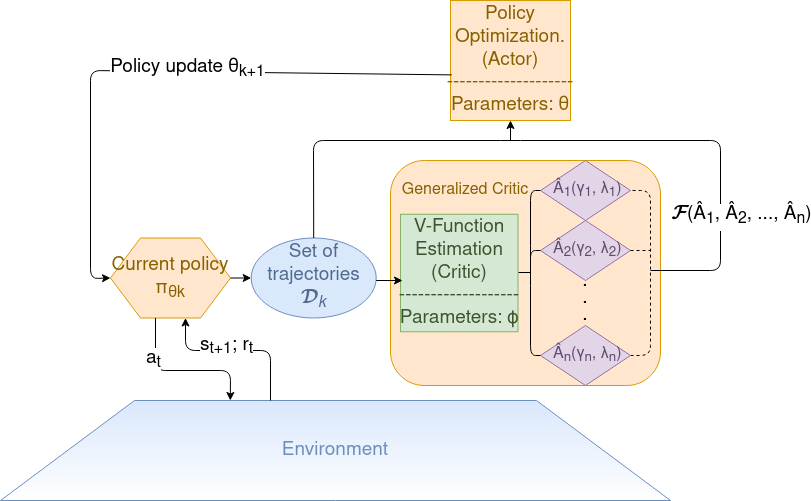
Earlier version of the draw.io export images/model.png (syrma/papers). Source tidied: cells renumbered, new cells last; positions are measured from the earlier drawing's top-left corner, leaving out a move shared by most shapes.
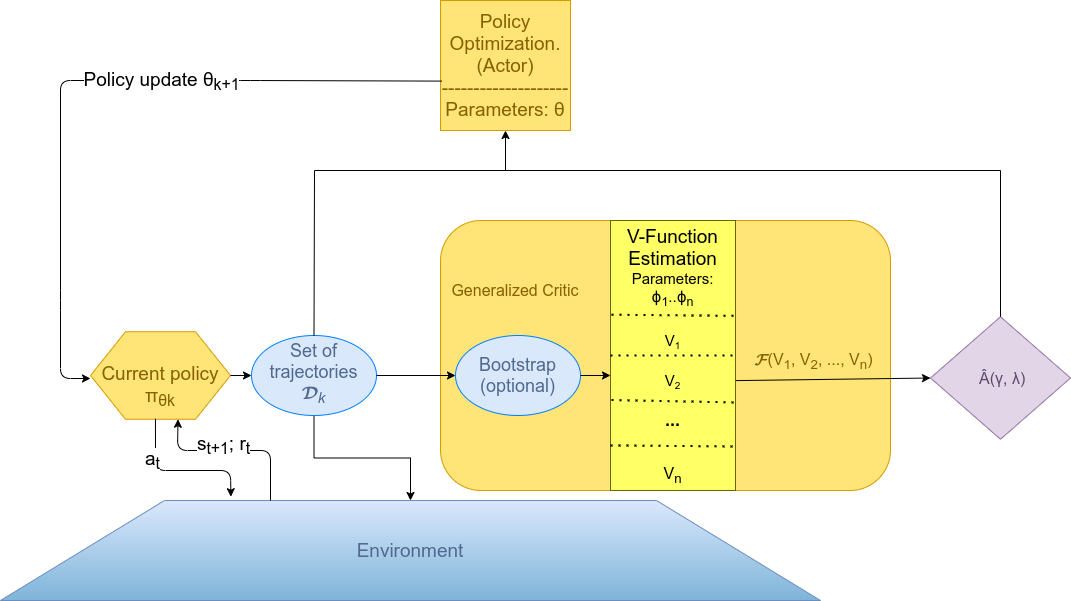
Above is the later version.

The edit, as a diff of the source:
```diff
@@ -2,28 +2,28 @@
   <root>
     <mxCell id="0" />
     <mxCell id="1" parent="0" />
-    <mxCell id="2" style="rounded=1;whiteSpace=wrap;html=1;fillColor=#ffe6cc;strokeColor=#d79b00;" parent="1" vertex="1">
-      <mxGeometry x="390" y="160" width="270" height="225" as="geometry" />
+    <mxCell id="2" style="rounded=1;whiteSpace=wrap;html=1;fillColor=#FFE478;strokeColor=#d79b00;" parent="1" vertex="1">
+      <mxGeometry x="440" y="120" width="450" height="270" as="geometry" />
     </mxCell>
-    <mxCell id="3" value="&lt;font style=&quot;font-size: 19px&quot;&gt;Environment&lt;/font&gt;" style="shape=trapezoid;perimeter=trapezoidPerimeter;whiteSpace=wrap;html=1;fillColor=#dae8fc;strokeColor=#6c8ebf;gradientColor=#FFFFFF;fontColor=#6C8EBF;" parent="1" vertex="1">
-      <mxGeometry y="400" width="670" height="100" as="geometry" />
+    <mxCell id="3" value="&lt;font style=&quot;font-size: 19px&quot; color=&quot;#516a8f&quot;&gt;Environment&lt;/font&gt;" style="shape=trapezoid;perimeter=trapezoidPerimeter;whiteSpace=wrap;html=1;fillColor=#dae8fc;strokeColor=#6c8ebf;gradientColor=#7EB4D9;fontColor=#6C8EBF;" parent="1" vertex="1">
+      <mxGeometry y="400" width="820" height="100" as="geometry" />
     </mxCell>
-    <mxCell id="4" value="&lt;font style=&quot;font-size: 19px&quot;&gt;Current policy π&lt;sub&gt;θk&lt;/sub&gt;&lt;/font&gt;" style="shape=hexagon;perimeter=hexagonPerimeter2;whiteSpace=wrap;html=1;fillColor=#ffe6cc;strokeColor=#d79b00;fontColor=#876100;" parent="1" vertex="1">
-      <mxGeometry x="110" y="237.5" width="120" height="80" as="geometry" />
+    <mxCell id="4" value="&lt;div&gt;&lt;font style=&quot;font-size: 19px&quot;&gt;&lt;br&gt;&lt;/font&gt;&lt;/div&gt;&lt;div&gt;&lt;font style=&quot;font-size: 19px&quot;&gt;Current policy π&lt;sub&gt;θk&lt;/sub&gt;&lt;/font&gt;&lt;/div&gt;" style="shape=hexagon;perimeter=hexagonPerimeter2;whiteSpace=wrap;html=1;fillColor=#FFE478;strokeColor=#d79b00;fontColor=#876100;" parent="1" vertex="1">
+      <mxGeometry x="90" y="231.2" width="140" height="87.5" as="geometry" />
     </mxCell>
     <mxCell id="5" style="endArrow=classic;html=1;entryX=0.625;entryY=1;entryDx=0;entryDy=0;" parent="1" edge="1" target="4">
       <mxGeometry relative="1" as="geometry">
         <mxPoint x="270" y="400" as="sourcePoint" />
         <Array as="points">
           <mxPoint x="270" y="350" />
-          <mxPoint x="185" y="350" />
+          <mxPoint x="177" y="350" />
         </Array>
       </mxGeometry>
     </mxCell>
     <mxCell id="6" value="&lt;font style=&quot;font-size: 19px&quot;&gt;s&lt;sub&gt;t+1&lt;/sub&gt;; r&lt;sub&gt;t&lt;br style=&quot;font-size: 19px&quot;&gt;&lt;/sub&gt;&lt;/font&gt;" style="text;html=1;align=center;verticalAlign=middle;labelBackgroundColor=#ffffff;" parent="5" vertex="1">
       <mxGeometry x="0.13" y="-4" relative="1" as="geometry" />
     </mxCell>
-    <mxCell id="7" style="endArrow=classic;html=1;exitX=0.375;exitY=1;exitDx=0;exitDy=0;entryX=0.343;entryY=0;entryDx=0;entryDy=0;entryPerimeter=0;" parent="1" edge="1" source="4" target="3">
+    <mxCell id="7" style="endArrow=classic;html=1;exitX=0.464;exitY=0.995;exitDx=0;exitDy=0;entryX=0.281;entryY=-0.038;entryDx=0;entryDy=0;entryPerimeter=0;exitPerimeter=0;" parent="1" edge="1" source="4" target="3">
       <mxGeometry relative="1" as="geometry">
         <Array as="points">
           <mxPoint x="155" y="370" />
@@ -34,113 +34,92 @@
     <mxCell id="8" value="&lt;font style=&quot;font-size: 19px&quot;&gt;a&lt;sub&gt;t&lt;/sub&gt;&lt;/font&gt;" style="text;html=1;align=center;verticalAlign=middle;labelBackgroundColor=#ffffff;" parent="7" vertex="1">
       <mxGeometry x="-0.46" y="-3" relative="1" as="geometry" />
     </mxCell>
+    <mxCell id="29" style="edgeStyle=orthogonalEdgeStyle;rounded=0;jettySize=auto;html=1;fontFamily=Helvetica;fontSize=16;fontColor=#007FFF;" parent="1" edge="1" source="9" target="3">
+      <mxGeometry relative="1" as="geometry" />
+    </mxCell>
-    <mxCell id="9" value="&lt;div style=&quot;font-size: 19px&quot;&gt;&lt;font style=&quot;font-size: 19px&quot;&gt;Set of trajectories&lt;/font&gt;&lt;/div&gt;&lt;div style=&quot;font-size: 19px&quot;&gt;&lt;font style=&quot;font-size: 19px&quot;&gt; &lt;font style=&quot;font-size: 19px&quot; face=&quot;Mathcal&quot;&gt;D&lt;font style=&quot;font-size: 19px&quot; face=&quot;Helvetica&quot;&gt;&lt;i&gt;&lt;sub&gt;k&lt;/sub&gt;&lt;/i&gt;&lt;/font&gt;&lt;/font&gt;&lt;/font&gt;&lt;/div&gt;" style="ellipse;whiteSpace=wrap;html=1;fillColor=#dae8fc;strokeColor=#6C8EBF;fontColor=#516A8F;" parent="1" vertex="1">
-      <mxGeometry x="250.7" y="237.5" width="125" height="80" as="geometry" />
+    <mxCell id="9" value="&lt;div style=&quot;font-size: 18px&quot;&gt;&lt;font style=&quot;font-size: 18px&quot;&gt;Set of trajectories&lt;/font&gt;&lt;/div&gt;&lt;div style=&quot;font-size: 18px&quot;&gt;&lt;font style=&quot;font-size: 18px&quot;&gt; &lt;font style=&quot;font-size: 18px&quot; face=&quot;Mathcal&quot;&gt;D&lt;font style=&quot;font-size: 18px&quot; face=&quot;Helvetica&quot;&gt;&lt;i&gt;&lt;sub&gt;k&lt;/sub&gt;&lt;/i&gt;&lt;/font&gt;&lt;/font&gt;&lt;/font&gt;&lt;/div&gt;" style="ellipse;whiteSpace=wrap;html=1;fillColor=#DAE8FC;strokeColor=#007FFF;fontColor=#516A8F;" parent="1" vertex="1">
+      <mxGeometry x="251" y="235" width="125" height="80" as="geometry" />
     </mxCell>
-    <mxCell id="10" value="&lt;div style=&quot;font-size: 16px&quot;&gt;&lt;font style=&quot;font-size: 16px&quot;&gt;&amp;nbsp;Â&lt;sub&gt;1&lt;/sub&gt;(γ&lt;sub&gt;1&lt;/sub&gt;, λ&lt;sub&gt;1&lt;/sub&gt;)&lt;/font&gt;&lt;/div&gt;" style="rhombus;whiteSpace=wrap;html=1;fillColor=#e1d5e7;strokeColor=#9673a6;fontColor=#614A6B;" parent="1" vertex="1">
-      <mxGeometry x="540" y="160" width="90" height="60" as="geometry" />
+    <mxCell id="10" value="&lt;div style=&quot;font-size: 16px&quot;&gt;&lt;font style=&quot;font-size: 16px&quot;&gt;&amp;nbsp;Â(γ, λ)&lt;/font&gt;&lt;/div&gt;" style="rhombus;whiteSpace=wrap;html=1;fillColor=#e1d5e7;strokeColor=#9673a6;fontColor=#614A6B;" parent="1" vertex="1">
+      <mxGeometry x="930" y="216.2" width="140" height="122.5" as="geometry" />
     </mxCell>
-    <mxCell id="11" value="&lt;div style=&quot;font-size: 16px&quot;&gt;&amp;nbsp;Â&lt;sub&gt;2&lt;/sub&gt;(γ&lt;sub&gt;2&lt;/sub&gt;, λ&lt;sub&gt;2&lt;/sub&gt;)&lt;/div&gt;" style="rhombus;whiteSpace=wrap;html=1;fillColor=#e1d5e7;strokeColor=#9673a6;fontColor=#614A6B;" parent="1" vertex="1">
-      <mxGeometry x="540" y="220" width="90" height="60" as="geometry" />
-    </mxCell>
-    <mxCell id="12" value="&lt;div style=&quot;font-size: 19px&quot;&gt;&lt;font style=&quot;font-size: 19px&quot;&gt;Policy Optimization.&lt;/font&gt;&lt;/div&gt;&lt;div style=&quot;font-size: 19px&quot;&gt;&lt;font style=&quot;font-size: 19px&quot;&gt;(Actor)&lt;/font&gt;&lt;/div&gt;&lt;div style=&quot;font-size: 19px&quot;&gt;&lt;font style=&quot;font-size: 19px&quot;&gt;--------------------&lt;br&gt;&lt;/font&gt;&lt;/div&gt;&lt;div style=&quot;font-size: 19px&quot;&gt;&lt;font style=&quot;font-size: 19px&quot;&gt;Parameters: θ&lt;/font&gt;&lt;/div&gt;" style="whiteSpace=wrap;html=1;fillColor=#ffe6cc;strokeColor=#D79B00;fontColor=#876100;" parent="1" vertex="1">
-      <mxGeometry x="450" width="120" height="120" as="geometry" />
+    <mxCell id="12" value="&lt;div style=&quot;font-size: 19px&quot;&gt;&lt;font style=&quot;font-size: 19px&quot;&gt;Policy Optimization.&lt;/font&gt;&lt;/div&gt;&lt;div style=&quot;font-size: 19px&quot;&gt;&lt;font style=&quot;font-size: 19px&quot;&gt;(Actor)&lt;/font&gt;&lt;/div&gt;&lt;div style=&quot;font-size: 19px&quot;&gt;&lt;font style=&quot;font-size: 19px&quot;&gt;--------------------&lt;br&gt;&lt;/font&gt;&lt;/div&gt;&lt;div style=&quot;font-size: 19px&quot;&gt;&lt;font style=&quot;font-size: 19px&quot;&gt;Parameters: θ&lt;/font&gt;&lt;/div&gt;" style="whiteSpace=wrap;html=1;fillColor=#FFE478;strokeColor=#D79B00;fontColor=#876100;" parent="1" vertex="1">
+      <mxGeometry x="440" y="-100" width="130" height="130" as="geometry" />
     </mxCell>
     <mxCell id="13" style="endArrow=classic;html=1;entryX=0;entryY=0.5;entryDx=0;entryDy=0;exitX=1;exitY=0.5;exitDx=0;exitDy=0;" parent="1" edge="1" source="4" target="9">
       <mxGeometry relative="1" as="geometry" />
     </mxCell>
-    <mxCell id="14" style="endArrow=none;dashed=1;html=1;entryX=1;entryY=0.5;entryDx=0;entryDy=0;exitX=1;exitY=0.5;exitDx=0;exitDy=0;" parent="1" edge="1" source="16" target="10">
-      <mxGeometry relative="1" as="geometry">
-        <Array as="points">
-          <mxPoint x="650" y="355" />
-          <mxPoint x="650" y="250" />
-          <mxPoint x="650" y="190" />
-          <mxPoint x="630" y="190" />
-        </Array>
-      </mxGeometry>
-    </mxCell>
-    <mxCell id="15" value="&lt;div style=&quot;font-size: 19px&quot;&gt;&lt;font style=&quot;font-size: 19px&quot;&gt;V-Function Estimation&lt;br&gt;&lt;/font&gt;&lt;/div&gt;&lt;div style=&quot;font-size: 19px&quot;&gt;&lt;font style=&quot;font-size: 19px&quot;&gt;(Critic)&lt;/font&gt;&lt;/div&gt;&lt;div style=&quot;font-size: 19px&quot;&gt;&lt;font style=&quot;font-size: 19px&quot;&gt;-------------------&lt;br&gt;&lt;/font&gt;&lt;/div&gt;&lt;div style=&quot;font-size: 19px&quot;&gt;&lt;font style=&quot;font-size: 19px&quot;&gt;Parameters: ϕ&lt;/font&gt;&lt;/div&gt;" style="whiteSpace=wrap;html=1;fillColor=#d5e8d4;strokeColor=#82B366;fontColor=#3D5430;" parent="1" vertex="1">
-      <mxGeometry x="400" y="213.8" width="117.5" height="117.5" as="geometry" />
-    </mxCell>
-    <mxCell id="16" value="&lt;div style=&quot;font-size: 16px&quot;&gt;&amp;nbsp;Â&lt;sub&gt;n&lt;/sub&gt;(γ&lt;sub&gt;n&lt;/sub&gt;, λ&lt;sub&gt;n&lt;/sub&gt;)&lt;/div&gt;" style="rhombus;whiteSpace=wrap;html=1;fillColor=#e1d5e7;strokeColor=#9673a6;fontColor=#614A6B;" parent="1" vertex="1">
-      <mxGeometry x="540" y="325" width="90" height="60" as="geometry" />
-    </mxCell>
-    <mxCell id="17" style="endArrow=none;dashed=1;html=1;exitX=1;exitY=0.5;exitDx=0;exitDy=0;" parent="1" edge="1" source="11">
-      <mxGeometry relative="1" as="geometry">
-        <mxPoint x="650" y="250" as="targetPoint" />
-        <Array as="points">
-          <mxPoint x="630" y="250" />
-        </Array>
-      </mxGeometry>
-    </mxCell>
     <mxCell id="18" value="&lt;div style=&quot;font-size: 14px;&quot;&gt;.&lt;/div&gt;&lt;div style=&quot;font-size: 14px;&quot;&gt;.&lt;/div&gt;&lt;div style=&quot;font-size: 14px;&quot;&gt;.&lt;br style=&quot;font-size: 14px;&quot;&gt;&lt;/div&gt;" style="text;html=1;strokeColor=none;fillColor=none;align=center;verticalAlign=middle;whiteSpace=wrap;rounded=0;spacingTop=-18;fontSize=14;fontStyle=1;" parent="1" vertex="1">
-      <mxGeometry x="565" y="305" width="40" height="5" as="geometry" />
+      <mxGeometry x="565" y="305" width="145" height="5" as="geometry" />
     </mxCell>
-    <mxCell id="19" style="endArrow=none;html=1;fontSize=14;entryX=0;entryY=0.5;entryDx=0;entryDy=0;" parent="1" edge="1" target="10">
-      <mxGeometry relative="1" as="geometry">
-        <mxPoint x="530" y="273" as="sourcePoint" />
-        <Array as="points">
-          <mxPoint x="530" y="255" />
-          <mxPoint x="530" y="190" />
-        </Array>
-      </mxGeometry>
-    </mxCell>
-    <mxCell id="20" style="endArrow=none;html=1;fontSize=14;exitX=0;exitY=0.5;exitDx=0;exitDy=0;entryX=0;entryY=0.5;entryDx=0;entryDy=0;" parent="1" edge="1" source="16" target="11">
-      <mxGeometry relative="1" as="geometry">
-        <Array as="points">
-          <mxPoint x="530" y="355" />
-          <mxPoint x="530" y="275" />
-          <mxPoint x="530" y="250" />
-        </Array>
-      </mxGeometry>
-    </mxCell>
-    <mxCell id="21" style="endArrow=none;html=1;fontSize=14;" parent="1" edge="1">
-      <mxGeometry relative="1" as="geometry">
-        <mxPoint x="518" y="272" as="sourcePoint" />
-        <mxPoint x="530" y="272" as="targetPoint" />
-      </mxGeometry>
-    </mxCell>
-    <mxCell id="22" style="endArrow=none;html=1;fontSize=14;exitX=0.5;exitY=0;exitDx=0;exitDy=0;" parent="1" edge="1" source="9">
-      <mxGeometry relative="1" as="geometry">
-        <mxPoint x="650" y="270" as="targetPoint" />
-        <Array as="points">
-          <mxPoint x="313" y="140" />
-          <mxPoint x="510" y="140" />
-          <mxPoint x="720" y="140" />
-          <mxPoint x="720" y="270" />
-        </Array>
-      </mxGeometry>
-    </mxCell>
-    <mxCell id="23" value="&lt;font style=&quot;font-size: 19px&quot;&gt;&lt;font style=&quot;font-size: 19px&quot; face=&quot;Mathcal&quot;&gt;F&lt;/font&gt;(Â&lt;sub&gt;1&lt;/sub&gt;, Â&lt;sub&gt;2&lt;/sub&gt;, ..., Â&lt;sub&gt;n&lt;/sub&gt;)&lt;/font&gt;" style="text;html=1;align=center;verticalAlign=middle;labelBackgroundColor=#ffffff;fontSize=14;" parent="22" vertex="1">
-      <mxGeometry x="0.65" y="5" relative="1" as="geometry">
-        <mxPoint x="15" as="offset" />
-      </mxGeometry>
-    </mxCell>
-    <mxCell id="24" style="endArrow=classic;html=1;fontSize=14;" parent="1" edge="1" target="12">
-      <mxGeometry relative="1" as="geometry">
-        <mxPoint x="510" y="140" as="sourcePoint" />
-      </mxGeometry>
-    </mxCell>
-    <mxCell id="25" style="endArrow=classic;html=1;fontSize=14;entryX=0;entryY=0.5;entryDx=0;entryDy=0;exitX=0.01;exitY=0.62;exitDx=0;exitDy=0;exitPerimeter=0;" parent="1" edge="1" source="12" target="4">
+    <mxCell id="25" style="endArrow=classic;html=1;fontSize=14;exitX=0.01;exitY=0.62;exitDx=0;exitDy=0;exitPerimeter=0;" parent="1" edge="1" source="12">
       <mxGeometry relative="1" as="geometry">
+        <mxPoint x="90" y="278" as="targetPoint" />
         <Array as="points">
-          <mxPoint x="90" y="70" />
-          <mxPoint x="90" y="278" />
+          <mxPoint x="250" y="-20" />
+          <mxPoint x="60" y="-20" />
+          <mxPoint x="60" y="200" />
+          <mxPoint x="60" y="278" />
         </Array>
       </mxGeometry>
     </mxCell>
     <mxCell id="26" value="&lt;font style=&quot;font-size: 19px&quot;&gt;Policy update θ&lt;sub&gt;k+1&lt;/sub&gt;&lt;/font&gt;" style="text;html=1;align=center;verticalAlign=middle;labelBackgroundColor=#ffffff;" parent="25" vertex="1">
-      <mxGeometry x="-0.1" y="-3" relative="1" as="geometry" />
+      <mxGeometry x="-0.1" y="-3" relative="1" as="geometry">
+        <mxPoint x="37" y="3" as="offset" />
+      </mxGeometry>
     </mxCell>
-    <mxCell id="27" style="endArrow=classic;html=1;entryX=0.017;entryY=0.564;entryDx=0;entryDy=0;entryPerimeter=0;" parent="1" edge="1" target="15">
-      <mxGeometry relative="1" as="geometry">
-        <mxPoint x="375.7" y="280" as="sourcePoint" />
-      </mxGeometry>
+    <mxCell id="27" style="endArrow=classic;html=1;exitX=1;exitY=0.5;exitDx=0;exitDy=0;entryX=0;entryY=0.5;entryDx=0;entryDy=0;" parent="1" edge="1" source="9" target="37">
+      <mxGeometry relative="1" as="geometry" />
     </mxCell>
     <object id="28" label="&lt;font style=&quot;font-size: 16px&quot; color=&quot;#876100&quot;&gt;Generalized Critic&lt;/font&gt;" name="Variable" placeholders="1">
       <mxCell style="text;html=1;strokeColor=none;fillColor=none;align=center;verticalAlign=middle;whiteSpace=wrap;overflow=hidden;" parent="1" vertex="1">
-        <mxGeometry x="390" y="170" width="150" height="40" as="geometry" />
+        <mxGeometry x="440" y="170" width="150" height="40" as="geometry" />
       </mxCell>
     </object>
+    <mxCell id="30" value="&lt;div&gt;&lt;font style=&quot;font-size: 19px&quot;&gt;&lt;br&gt;&lt;/font&gt;&lt;/div&gt;&lt;div&gt;&lt;font style=&quot;font-size: 19px&quot;&gt;V-Function Estimation&lt;/font&gt;&lt;/div&gt;&lt;div&gt;&lt;font style=&quot;font-size: 15px&quot;&gt;Parameters:&lt;/font&gt;&lt;/div&gt;&lt;span style=&quot;font-size: 15px&quot;&gt;ϕ&lt;sub&gt;1&lt;/sub&gt;..&lt;/span&gt;&lt;span style=&quot;font-size: 15px&quot;&gt;ϕ&lt;sub&gt;n&lt;br&gt;&lt;br&gt;&lt;/sub&gt;&lt;/span&gt;&lt;span style=&quot;font-size: 15px&quot;&gt;V&lt;/span&gt;&lt;sub&gt;1&lt;/sub&gt;&lt;span style=&quot;font-size: 15px&quot;&gt;&lt;sub&gt;&lt;br&gt;&lt;/sub&gt;&lt;/span&gt;&lt;span style=&quot;font-size: 15px&quot;&gt;&lt;br&gt;&lt;/span&gt;&lt;div&gt;&lt;span style=&quot;font-size: 15px&quot;&gt;V&lt;/span&gt;&lt;sub&gt;2&lt;/sub&gt;&lt;br&gt;&lt;/div&gt;&lt;div&gt;&lt;font style=&quot;font-size: 15px&quot;&gt;&lt;br&gt;&lt;/font&gt;&lt;/div&gt;&lt;div style=&quot;font-size: 15px&quot;&gt;&lt;b style=&quot;font-size: 18px&quot;&gt;...&lt;/b&gt;&lt;br&gt;&lt;/div&gt;&lt;div&gt;&lt;br&gt;&lt;/div&gt;&lt;div style=&quot;font-size: 16px&quot;&gt;&lt;br&gt;&lt;/div&gt;&lt;div style=&quot;font-size: 16px&quot;&gt;V&lt;sub&gt;n&lt;/sub&gt;&lt;/div&gt;&lt;div style=&quot;font-size: 16px&quot;&gt;&lt;sub&gt;&lt;br&gt;&lt;/sub&gt;&lt;/div&gt;" style="rounded=0;whiteSpace=wrap;html=1;strokeColor=#666600;fillColor=#FFFF66;" parent="1" vertex="1">
+      <mxGeometry x="610" y="120" width="125" height="270" as="geometry" />
+    </mxCell>
+    <mxCell id="31" style="endArrow=classic;html=1;entryX=0;entryY=0.5;entryDx=0;entryDy=0;exitX=1.002;exitY=0.593;exitDx=0;exitDy=0;exitPerimeter=0;" parent="1" edge="1" source="30" target="10">
+      <mxGeometry relative="1" as="geometry" />
+    </mxCell>
+    <mxCell id="32" value="&lt;font face=&quot;Mathcal&quot; color=&quot;#876100&quot;&gt;F&lt;font face=&quot;Helvetica&quot;&gt;(V&lt;sub&gt;1&lt;/sub&gt;, V&lt;sub&gt;2&lt;/sub&gt;, ..., V&lt;sub&gt;n&lt;/sub&gt;)&lt;/font&gt;&lt;/font&gt;&lt;span style=&quot;white-space: pre&quot;&gt;&lt;/span&gt;" style="edgeLabel;html=1;align=center;verticalAlign=middle;fontSize=16;labelBackgroundColor=#FFE478;" parent="31" vertex="1">
+      <mxGeometry x="-0.38" y="3" relative="1" as="geometry">
+        <mxPoint x="16" y="-14" as="offset" />
+      </mxGeometry>
+    </mxCell>
+    <mxCell id="33" style="endArrow=none;dashed=1;html=1;dashPattern=1 3;strokeWidth=2;rounded=0;exitX=0;exitY=0.5;exitDx=0;exitDy=0;entryX=1;entryY=0.5;entryDx=0;entryDy=0;" parent="1" edge="1" source="30" target="30">
+      <mxGeometry relative="1" as="geometry" />
+    </mxCell>
+    <mxCell id="34" style="endArrow=none;dashed=1;html=1;dashPattern=1 3;strokeWidth=2;rounded=0;exitX=0.008;exitY=0.665;exitDx=0;exitDy=0;exitPerimeter=0;entryX=1.027;entryY=0.674;entryDx=0;entryDy=0;entryPerimeter=0;" parent="1" edge="1" source="30" target="30">
+      <mxGeometry relative="1" as="geometry" />
+    </mxCell>
+    <mxCell id="35" style="endArrow=none;dashed=1;html=1;dashPattern=1 3;strokeWidth=2;rounded=0;entryX=0.992;entryY=0.353;entryDx=0;entryDy=0;entryPerimeter=0;exitX=0.008;exitY=0.349;exitDx=0;exitDy=0;exitPerimeter=0;" parent="1" edge="1" source="30" target="30">
+      <mxGeometry relative="1" as="geometry" />
+    </mxCell>
+    <mxCell id="36" style="endArrow=none;dashed=1;html=1;dashPattern=1 3;strokeWidth=2;rounded=0;exitX=0;exitY=0.833;exitDx=0;exitDy=0;exitPerimeter=0;entryX=1.02;entryY=0.837;entryDx=0;entryDy=0;entryPerimeter=0;" parent="1" edge="1" source="30" target="30">
+      <mxGeometry relative="1" as="geometry" />
+    </mxCell>
+    <mxCell id="37" value="&lt;div style=&quot;font-size: 18px&quot;&gt;Bootstrap (optional)&lt;/div&gt;" style="ellipse;whiteSpace=wrap;html=1;fillColor=#DAE8FC;strokeColor=#007FFF;fontColor=#516A8F;" parent="1" vertex="1">
+      <mxGeometry x="455" y="235" width="125" height="80" as="geometry" />
+    </mxCell>
+    <mxCell id="38" style="endArrow=none;html=1;rounded=0;fontColor=#516A8F;entryX=0.5;entryY=0;entryDx=0;entryDy=0;" parent="1" edge="1" target="10">
+      <mxGeometry relative="1" as="geometry">
+        <mxPoint x="500" y="70" as="sourcePoint" />
+        <Array as="points">
+          <mxPoint x="1000" y="70" />
+        </Array>
+      </mxGeometry>
+    </mxCell>
+    <mxCell id="39" style="endArrow=classic;html=1;rounded=0;fontColor=#516A8F;exitX=0.5;exitY=0;exitDx=0;exitDy=0;entryX=0.5;entryY=1;entryDx=0;entryDy=0;" parent="1" edge="1" source="9" target="12">
+      <mxGeometry relative="1" as="geometry">
+        <Array as="points">
+          <mxPoint x="314" y="70" />
+          <mxPoint x="505" y="70" />
+        </Array>
+      </mxGeometry>
+    </mxCell>
+    <mxCell id="40" style="endArrow=classic;html=1;rounded=0;fontColor=#516A8F;exitX=1;exitY=0.5;exitDx=0;exitDy=0;entryX=0;entryY=0.574;entryDx=0;entryDy=0;entryPerimeter=0;" parent="1" edge="1" source="37" target="30">
+      <mxGeometry relative="1" as="geometry" />
+    </mxCell>
   </root>
 </mxGraphModel>
```
